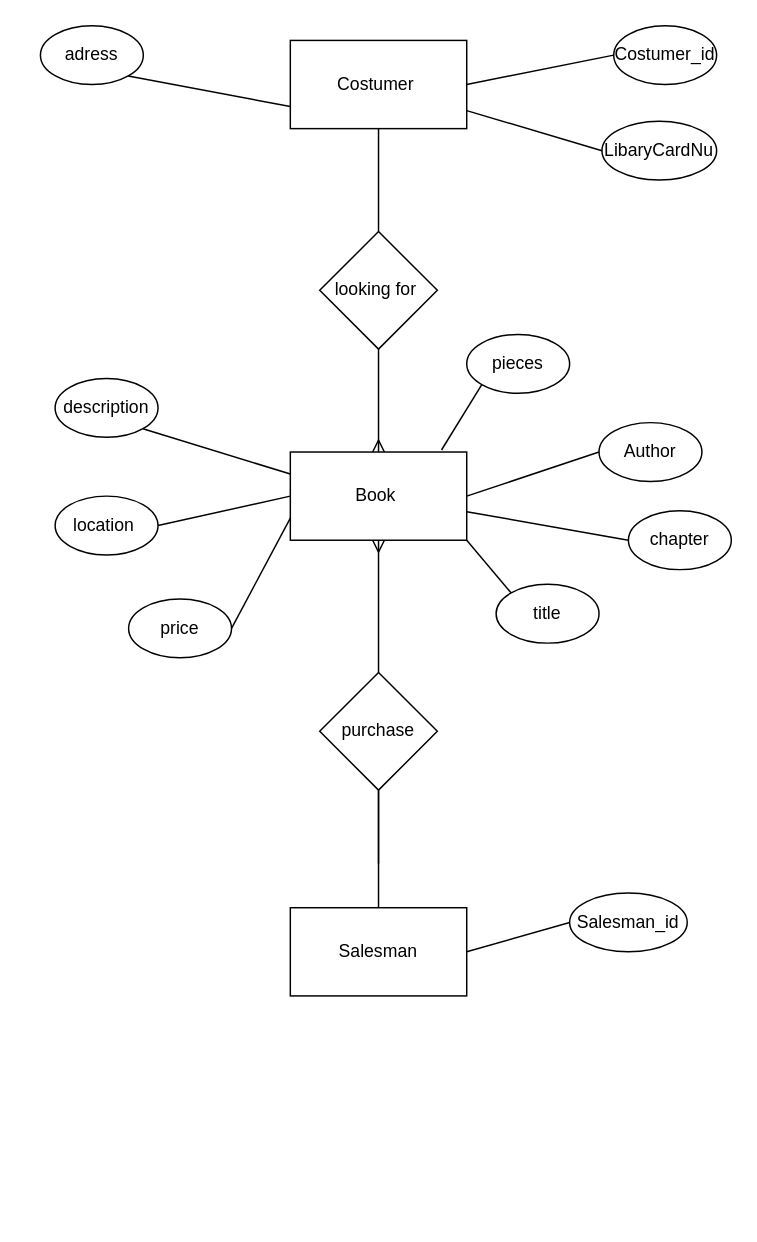
Before: Ex1.drawio in Adipe92/BE-Database-Day1, a draw.io diagram. Source tidied: cells renumbered, new cells numbered last; positions are measured from the earlier drawing's top-left corner, leaving out a move shared by most shapes. Both pictures are drawn from the tidied source at 147%, with x=0, y=0 at pixel (40, 25).
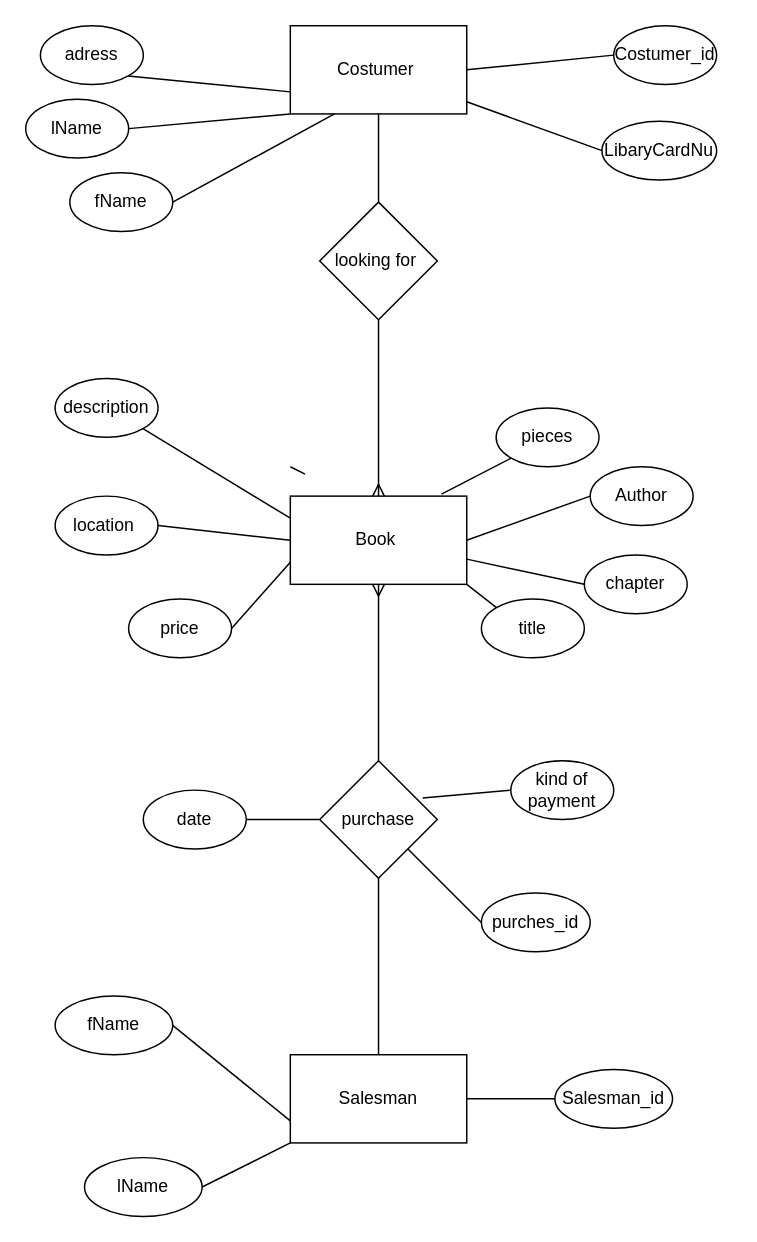
The same diagram, later.

What changed in the source:
```diff
@@
     <mxCell id="4" value="Book&amp;nbsp;" style="rounded=0;whiteSpace=wrap;html=1;" parent="1" vertex="1">
-      <mxGeometry x="170" y="290" width="120" height="60" as="geometry" />
+      <mxGeometry x="170" y="320" width="120" height="60" as="geometry" />
     </mxCell>
@@
     <mxCell id="6" value="Costumer&amp;nbsp;" style="rounded=0;whiteSpace=wrap;html=1;" parent="1" vertex="1">
-      <mxGeometry x="170" y="10" width="120" height="60" as="geometry" />
+      <mxGeometry x="170" width="120" height="60" as="geometry" />
     </mxCell>
@@
     <mxCell id="8" value="Salesman" style="rounded=0;whiteSpace=wrap;html=1;" parent="1" vertex="1">
-      <mxGeometry x="170" y="600" width="120" height="60" as="geometry" />
+      <mxGeometry x="170" y="700" width="120" height="60" as="geometry" />
     </mxCell>
@@
     <mxCell id="10" value="looking for&amp;nbsp;" style="rhombus;whiteSpace=wrap;html=1;" parent="1" vertex="1">
-      <mxGeometry x="190" y="140" width="80" height="80" as="geometry" />
+      <mxGeometry x="190" y="120" width="80" height="80" as="geometry" />
     </mxCell>
@@
     <mxCell id="12" value="purchase" style="rhombus;whiteSpace=wrap;html=1;" parent="1" vertex="1">
-      <mxGeometry x="190" y="440" width="80" height="80" as="geometry" />
+      <mxGeometry x="190" y="500" width="80" height="80" as="geometry" />
     </mxCell>
@@
     <mxCell id="21" value="Author" style="ellipse;whiteSpace=wrap;html=1;" parent="1" vertex="1">
-      <mxGeometry x="380" y="270" width="70" height="40" as="geometry" />
+      <mxGeometry x="374" y="300" width="70" height="40" as="geometry" />
     </mxCell>
@@
     <mxCell id="23" value="chapter" style="ellipse;whiteSpace=wrap;html=1;" parent="1" vertex="1">
-      <mxGeometry x="400" y="330" width="70" height="40" as="geometry" />
+      <mxGeometry x="370" y="360" width="70" height="40" as="geometry" />
     </mxCell>
@@
     <mxCell id="29" value="title" style="ellipse;whiteSpace=wrap;html=1;" parent="1" vertex="1">
-      <mxGeometry x="310" y="380" width="70" height="40" as="geometry" />
+      <mxGeometry x="300" y="390" width="70" height="40" as="geometry" />
     </mxCell>
@@
     <mxCell id="33" value="pieces" style="ellipse;whiteSpace=wrap;html=1;" parent="1" vertex="1">
-      <mxGeometry x="290" y="210" width="70" height="40" as="geometry" />
+      <mxGeometry x="310" y="260" width="70" height="40" as="geometry" />
     </mxCell>
@@
     <mxCell id="35" value="Salesman_id" style="ellipse;whiteSpace=wrap;html=1;" parent="1" vertex="1">
-      <mxGeometry x="360" y="590" width="80" height="40" as="geometry" />
+      <mxGeometry x="350" y="710" width="80" height="40" as="geometry" />
     </mxCell>
+    <mxCell id="36" style="edgeStyle=none;html=1;exitX=1;exitY=0.5;exitDx=0;exitDy=0;entryX=0;entryY=1;entryDx=0;entryDy=0;startArrow=none;startFill=0;endArrow=none;endFill=0;" parent="1" edge="1" source="37" target="6">
+      <mxGeometry relative="1" as="geometry" />
+    </mxCell>
+    <mxCell id="37" value="lName" style="ellipse;whiteSpace=wrap;html=1;" parent="1" vertex="1">
+      <mxGeometry x="-10" y="50" width="70" height="40" as="geometry" />
+    </mxCell>
+    <mxCell id="38" style="edgeStyle=none;html=1;exitX=1;exitY=0.5;exitDx=0;exitDy=0;entryX=0.25;entryY=1;entryDx=0;entryDy=0;startArrow=none;startFill=0;endArrow=none;endFill=0;" parent="1" edge="1" source="39" target="6">
+      <mxGeometry relative="1" as="geometry" />
+    </mxCell>
+    <mxCell id="39" value="fName" style="ellipse;whiteSpace=wrap;html=1;" parent="1" vertex="1">
+      <mxGeometry x="20" y="100" width="70" height="40" as="geometry" />
+    </mxCell>
+    <mxCell id="40" style="edgeStyle=none;html=1;exitX=0;exitY=0.5;exitDx=0;exitDy=0;entryX=1;entryY=1;entryDx=0;entryDy=0;startArrow=none;startFill=0;endArrow=none;endFill=0;" parent="1" edge="1" source="41" target="12">
+      <mxGeometry relative="1" as="geometry" />
+    </mxCell>
+    <mxCell id="41" value="purches_id" style="ellipse;whiteSpace=wrap;html=1;" parent="1" vertex="1">
+      <mxGeometry x="300" y="590" width="74" height="40" as="geometry" />
+    </mxCell>
+    <mxCell id="42" style="edgeStyle=none;html=1;exitX=1;exitY=0.5;exitDx=0;exitDy=0;entryX=0;entryY=0.5;entryDx=0;entryDy=0;startArrow=none;startFill=0;endArrow=none;endFill=0;" parent="1" edge="1" source="43" target="12">
+      <mxGeometry relative="1" as="geometry" />
+    </mxCell>
+    <mxCell id="43" value="date" style="ellipse;whiteSpace=wrap;html=1;" parent="1" vertex="1">
+      <mxGeometry x="70" y="520" width="70" height="40" as="geometry" />
+    </mxCell>
+    <mxCell id="44" style="edgeStyle=none;html=1;exitX=0;exitY=0.5;exitDx=0;exitDy=0;entryX=0.875;entryY=0.317;entryDx=0;entryDy=0;entryPerimeter=0;startArrow=none;startFill=0;endArrow=none;endFill=0;" parent="1" edge="1" source="45" target="12">
+      <mxGeometry relative="1" as="geometry" />
+    </mxCell>
+    <mxCell id="45" value="kind of payment" style="ellipse;whiteSpace=wrap;html=1;" parent="1" vertex="1">
+      <mxGeometry x="320" y="500" width="70" height="40" as="geometry" />
+    </mxCell>
+    <mxCell id="46" style="edgeStyle=none;html=1;exitX=1;exitY=0.5;exitDx=0;exitDy=0;entryX=0;entryY=0.75;entryDx=0;entryDy=0;startArrow=none;startFill=0;endArrow=none;endFill=0;" parent="1" edge="1" source="47" target="8">
+      <mxGeometry relative="1" as="geometry" />
+    </mxCell>
+    <mxCell id="47" value="fName" style="ellipse;whiteSpace=wrap;html=1;" parent="1" vertex="1">
+      <mxGeometry x="10" y="660" width="80" height="40" as="geometry" />
+    </mxCell>
+    <mxCell id="48" style="edgeStyle=none;html=1;exitX=1;exitY=0.5;exitDx=0;exitDy=0;entryX=0;entryY=1;entryDx=0;entryDy=0;startArrow=none;startFill=0;endArrow=none;endFill=0;" parent="1" edge="1" source="49" target="8">
+      <mxGeometry relative="1" as="geometry" />
+    </mxCell>
+    <mxCell id="49" value="lName" style="ellipse;whiteSpace=wrap;html=1;" parent="1" vertex="1">
+      <mxGeometry x="30" y="770" width="80" height="40" as="geometry" />
+    </mxCell>
```
